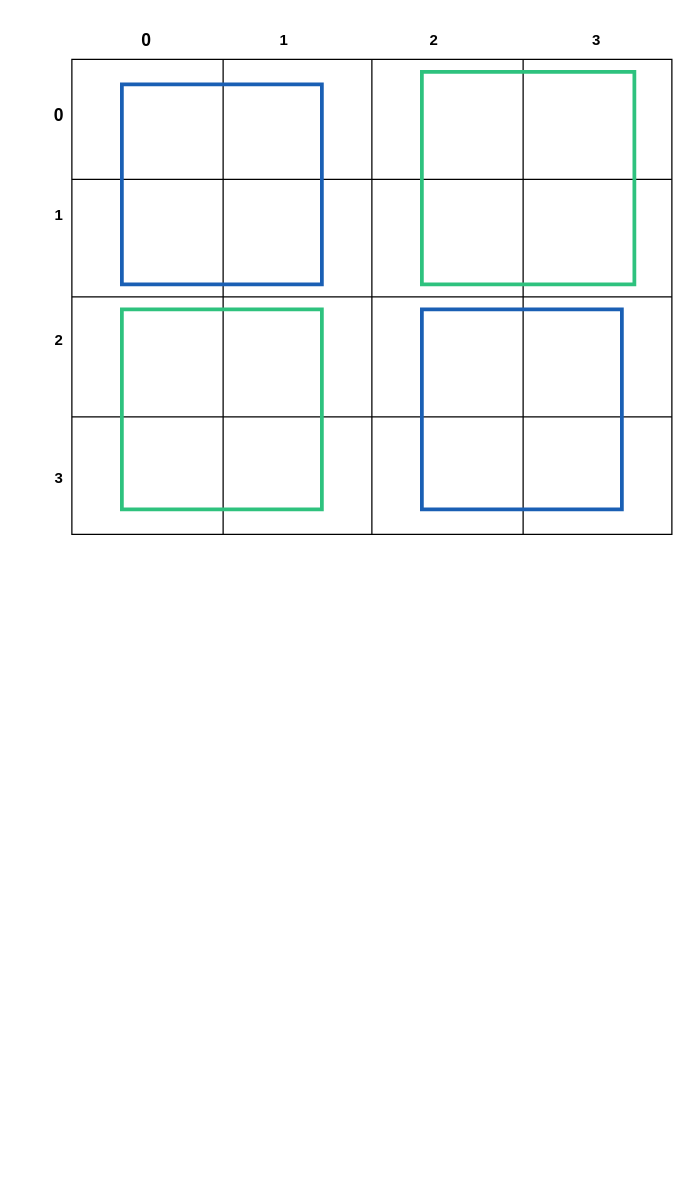
Earlier version of the draw.io diagram docs/draw.io/algos/sudoku.drawio (paawak/blog). Source tidied: cells renumbered, new cells numbered last; positions are measured from the earlier drawing's top-left corner, leaving out a move shared by most shapes. Both pictures are drawn from the tidied source at 125%, with x=0, y=0 at pixel (21, 21).
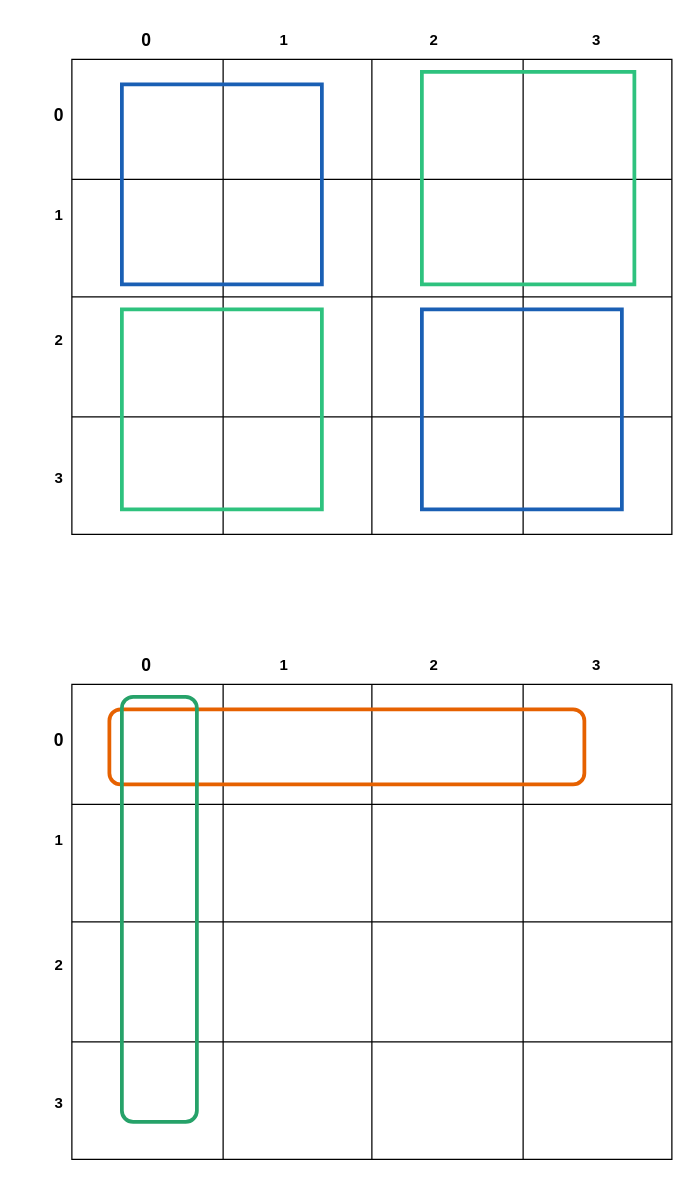
The same page after the edit.

What changed in the source:
```diff
@@
+    <mxCell id="35" style="shape=table;startSize=0;childLayout=tableLayout;" parent="1" vertex="1">
+      <mxGeometry x="40" y="530" width="480" height="380" as="geometry" />
+    </mxCell>
+    <mxCell id="36" style="shape=tableRow;horizontal=0;startSize=0;swimlaneHead=0;swimlaneBody=0;strokeColor=inherit;top=0;left=0;bottom=0;right=0;fillColor=none;" parent="35" vertex="1">
+      <mxGeometry width="480" height="96" as="geometry" />
+    </mxCell>
+    <mxCell id="37" style="shape=partialRectangle;html=1;whiteSpace=wrap;strokeColor=inherit;overflow=hidden;fillColor=none;top=0;left=0;bottom=0;right=0;" parent="36" vertex="1">
+      <mxGeometry width="121" height="96" as="geometry" />
+    </mxCell>
+    <mxCell id="38" style="shape=partialRectangle;html=1;whiteSpace=wrap;strokeColor=inherit;overflow=hidden;fillColor=none;top=0;left=0;bottom=0;right=0;" parent="36" vertex="1">
+      <mxGeometry x="121" width="119" height="96" as="geometry" />
+    </mxCell>
+    <mxCell id="39" style="shape=partialRectangle;html=1;whiteSpace=wrap;strokeColor=inherit;overflow=hidden;fillColor=none;top=0;left=0;bottom=0;right=0;" parent="36" vertex="1">
+      <mxGeometry x="240" width="121" height="96" as="geometry" />
+    </mxCell>
+    <mxCell id="40" style="shape=partialRectangle;html=1;whiteSpace=wrap;strokeColor=inherit;overflow=hidden;fillColor=none;top=0;left=0;bottom=0;right=0;" parent="36" vertex="1">
+      <mxGeometry x="361" width="119" height="96" as="geometry" />
+    </mxCell>
+    <mxCell id="41" style="shape=tableRow;horizontal=0;startSize=0;swimlaneHead=0;swimlaneBody=0;strokeColor=inherit;top=0;left=0;bottom=0;right=0;fillColor=none;" parent="35" vertex="1">
+      <mxGeometry y="96" width="480" height="94" as="geometry" />
+    </mxCell>
+    <mxCell id="42" style="shape=partialRectangle;html=1;whiteSpace=wrap;strokeColor=inherit;overflow=hidden;fillColor=none;top=0;left=0;bottom=0;right=0;" parent="41" vertex="1">
+      <mxGeometry width="121" height="94" as="geometry" />
+    </mxCell>
+    <mxCell id="43" style="shape=partialRectangle;html=1;whiteSpace=wrap;strokeColor=inherit;overflow=hidden;fillColor=none;top=0;left=0;bottom=0;right=0;" parent="41" vertex="1">
+      <mxGeometry x="121" width="119" height="94" as="geometry" />
+    </mxCell>
+    <mxCell id="44" style="shape=partialRectangle;html=1;whiteSpace=wrap;strokeColor=inherit;overflow=hidden;fillColor=none;top=0;left=0;bottom=0;right=0;" parent="41" vertex="1">
+      <mxGeometry x="240" width="121" height="94" as="geometry" />
+    </mxCell>
+    <mxCell id="45" style="shape=partialRectangle;html=1;whiteSpace=wrap;strokeColor=inherit;overflow=hidden;fillColor=none;top=0;left=0;bottom=0;right=0;" parent="41" vertex="1">
+      <mxGeometry x="361" width="119" height="94" as="geometry" />
+    </mxCell>
+    <mxCell id="46" style="shape=tableRow;horizontal=0;startSize=0;swimlaneHead=0;swimlaneBody=0;strokeColor=inherit;top=0;left=0;bottom=0;right=0;fillColor=none;" parent="35" vertex="1">
+      <mxGeometry y="190" width="480" height="96" as="geometry" />
+    </mxCell>
+    <mxCell id="47" style="shape=partialRectangle;html=1;whiteSpace=wrap;strokeColor=inherit;overflow=hidden;fillColor=none;top=0;left=0;bottom=0;right=0;" parent="46" vertex="1">
+      <mxGeometry width="121" height="96" as="geometry" />
+    </mxCell>
+    <mxCell id="48" style="shape=partialRectangle;html=1;whiteSpace=wrap;strokeColor=inherit;overflow=hidden;fillColor=none;top=0;left=0;bottom=0;right=0;" parent="46" vertex="1">
+      <mxGeometry x="121" width="119" height="96" as="geometry" />
+    </mxCell>
+    <mxCell id="49" style="shape=partialRectangle;html=1;whiteSpace=wrap;strokeColor=inherit;overflow=hidden;fillColor=none;top=0;left=0;bottom=0;right=0;" parent="46" vertex="1">
+      <mxGeometry x="240" width="121" height="96" as="geometry" />
+    </mxCell>
+    <mxCell id="50" style="shape=partialRectangle;html=1;whiteSpace=wrap;strokeColor=inherit;overflow=hidden;fillColor=none;top=0;left=0;bottom=0;right=0;" parent="46" vertex="1">
+      <mxGeometry x="361" width="119" height="96" as="geometry" />
+    </mxCell>
+    <mxCell id="51" style="shape=tableRow;horizontal=0;startSize=0;swimlaneHead=0;swimlaneBody=0;strokeColor=inherit;top=0;left=0;bottom=0;right=0;fillColor=none;" parent="35" vertex="1">
+      <mxGeometry y="286" width="480" height="94" as="geometry" />
+    </mxCell>
+    <mxCell id="52" style="shape=partialRectangle;html=1;whiteSpace=wrap;strokeColor=inherit;overflow=hidden;fillColor=none;top=0;left=0;bottom=0;right=0;" parent="51" vertex="1">
+      <mxGeometry width="121" height="94" as="geometry" />
+    </mxCell>
+    <mxCell id="53" style="shape=partialRectangle;html=1;whiteSpace=wrap;strokeColor=inherit;overflow=hidden;fillColor=none;top=0;left=0;bottom=0;right=0;" parent="51" vertex="1">
+      <mxGeometry x="121" width="119" height="94" as="geometry" />
+    </mxCell>
+    <mxCell id="54" style="shape=partialRectangle;html=1;whiteSpace=wrap;strokeColor=inherit;overflow=hidden;fillColor=none;top=0;left=0;bottom=0;right=0;" parent="51" vertex="1">
+      <mxGeometry x="240" width="121" height="94" as="geometry" />
+    </mxCell>
+    <mxCell id="55" style="shape=partialRectangle;html=1;whiteSpace=wrap;strokeColor=inherit;overflow=hidden;fillColor=none;top=0;left=0;bottom=0;right=0;" parent="51" vertex="1">
+      <mxGeometry x="361" width="119" height="94" as="geometry" />
+    </mxCell>
+    <mxCell id="56" value="&lt;b&gt;&lt;font style=&quot;font-size: 14px;&quot;&gt;0&lt;/font&gt;&lt;/b&gt;" style="text;html=1;align=center;verticalAlign=middle;whiteSpace=wrap;rounded=0;" parent="1" vertex="1">
+      <mxGeometry y="560" width="60" height="30" as="geometry" />
+    </mxCell>
+    <mxCell id="57" value="&lt;b&gt;&lt;font style=&quot;font-size: 14px;&quot;&gt;0&lt;/font&gt;&lt;/b&gt;" style="text;html=1;align=center;verticalAlign=middle;whiteSpace=wrap;rounded=0;" parent="1" vertex="1">
+      <mxGeometry x="70" y="500" width="60" height="30" as="geometry" />
+    </mxCell>
+    <mxCell id="58" value="&lt;b&gt;1&lt;/b&gt;" style="text;html=1;align=center;verticalAlign=middle;whiteSpace=wrap;rounded=0;" parent="1" vertex="1">
+      <mxGeometry x="180" y="500" width="60" height="30" as="geometry" />
+    </mxCell>
+    <mxCell id="59" value="&lt;b&gt;1&lt;/b&gt;" style="text;html=1;align=center;verticalAlign=middle;whiteSpace=wrap;rounded=0;" parent="1" vertex="1">
+      <mxGeometry y="640" width="60" height="30" as="geometry" />
+    </mxCell>
+    <mxCell id="60" value="&lt;b&gt;2&lt;/b&gt;" style="text;html=1;align=center;verticalAlign=middle;whiteSpace=wrap;rounded=0;" parent="1" vertex="1">
+      <mxGeometry y="740" width="60" height="30" as="geometry" />
+    </mxCell>
+    <mxCell id="61" value="&lt;b&gt;2&lt;/b&gt;" style="text;html=1;align=center;verticalAlign=middle;whiteSpace=wrap;rounded=0;" parent="1" vertex="1">
+      <mxGeometry x="300" y="500" width="60" height="30" as="geometry" />
+    </mxCell>
+    <mxCell id="62" value="&lt;b&gt;3&lt;/b&gt;" style="text;html=1;align=center;verticalAlign=middle;whiteSpace=wrap;rounded=0;" parent="1" vertex="1">
+      <mxGeometry x="430" y="500" width="60" height="30" as="geometry" />
+    </mxCell>
+    <mxCell id="63" value="&lt;b&gt;3&lt;/b&gt;" style="text;html=1;align=center;verticalAlign=middle;whiteSpace=wrap;rounded=0;" parent="1" vertex="1">
+      <mxGeometry y="850" width="60" height="30" as="geometry" />
+    </mxCell>
+    <mxCell id="64" style="rounded=1;whiteSpace=wrap;html=1;fillColor=none;strokeWidth=3;strokeColor=light-dark(#e66100, #ededed);" parent="1" vertex="1">
+      <mxGeometry x="70" y="550" width="380" height="60" as="geometry" />
+    </mxCell>
+    <mxCell id="65" style="rounded=1;whiteSpace=wrap;html=1;fillColor=none;strokeWidth=3;strokeColor=light-dark(#26a269, #ededed);direction=south;" parent="1" vertex="1">
+      <mxGeometry x="80" y="540" width="60" height="340" as="geometry" />
+    </mxCell>
```
